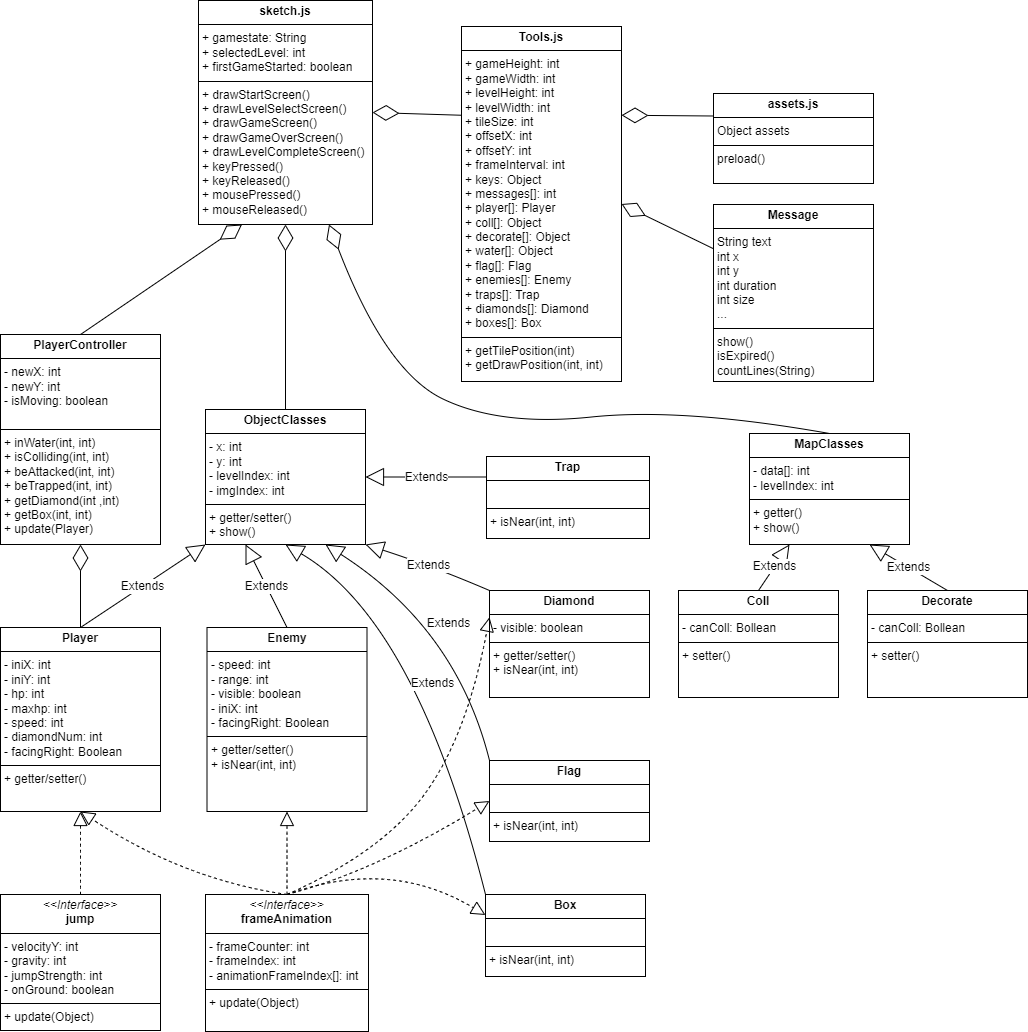
pluvo070/JS-PlatformGame keeps this draw.io diagram as assets/platformGame.drawio.png. Above is the earlier version. Source tidied: cells renumbered, new cells last; positions are measured from the earlier drawing's top-left corner, leaving out a move shared by most shapes.
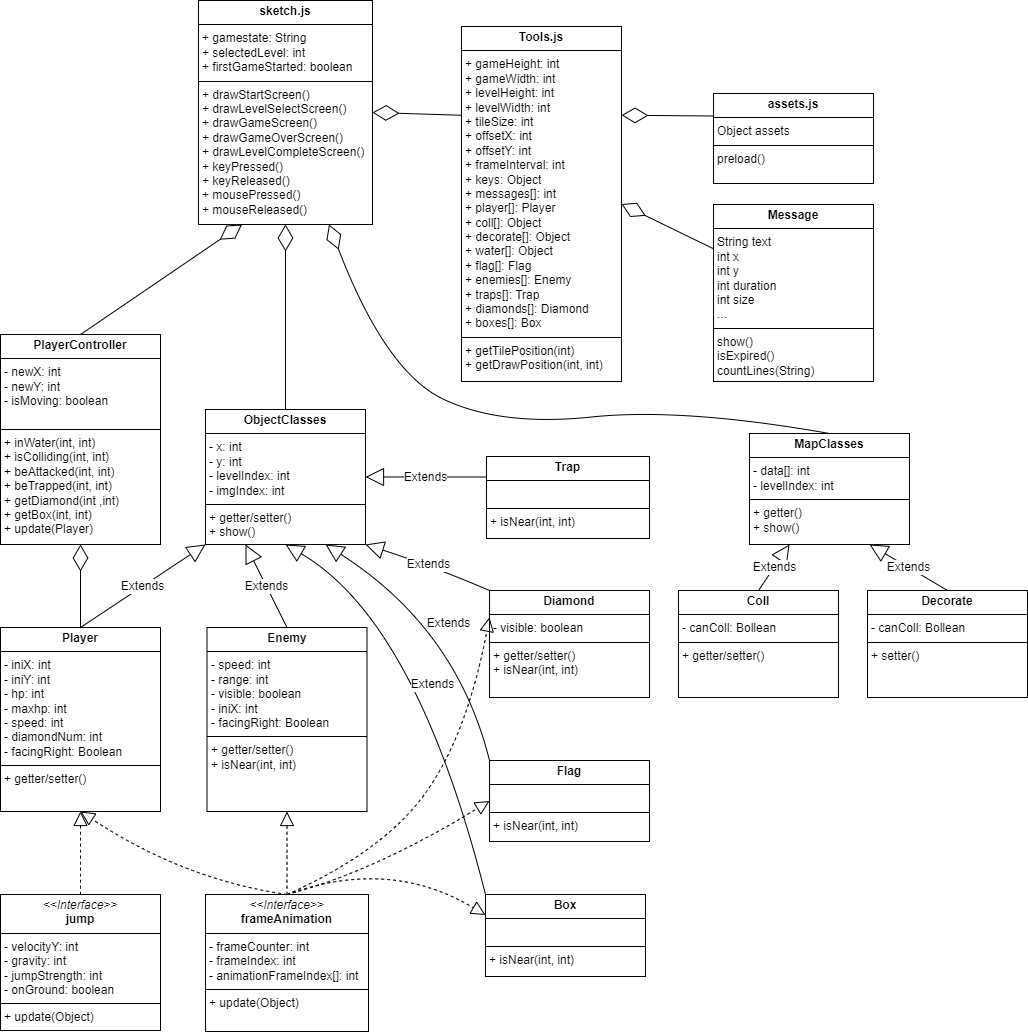
Above is the later version.

Diff of the diagram source:
```diff
@@ -47,7 +47,7 @@
     <mxCell id="16" value="&lt;p style=&quot;margin:0px;margin-top:4px;text-align:center;&quot;&gt;&lt;b&gt;MapClasses&lt;/b&gt;&lt;/p&gt;&lt;hr size=&quot;1&quot; style=&quot;border-style:solid;&quot;&gt;&lt;p style=&quot;margin:0px;margin-left:4px;&quot;&gt;- data[]: int&lt;/p&gt;&lt;p style=&quot;margin:0px;margin-left:4px;&quot;&gt;- levelIndex: int&lt;/p&gt;&lt;hr size=&quot;1&quot; style=&quot;border-style:solid;&quot;&gt;&lt;p style=&quot;margin:0px;margin-left:4px;&quot;&gt;&lt;span style=&quot;background-color: transparent; color: light-dark(rgb(0, 0, 0), rgb(255, 255, 255));&quot;&gt;+ getter()&lt;/span&gt;&lt;/p&gt;&lt;p style=&quot;margin:0px;margin-left:4px;&quot;&gt;+ show()&lt;/p&gt;&lt;p style=&quot;margin:0px;margin-left:4px;&quot;&gt;&lt;br&gt;&lt;/p&gt;&lt;p style=&quot;margin:0px;margin-left:4px;&quot;&gt;&lt;br&gt;&lt;/p&gt;" style="verticalAlign=top;align=left;overflow=fill;html=1;whiteSpace=wrap;" parent="1" vertex="1">
       <mxGeometry x="749" y="433" width="160" height="111" as="geometry" />
     </mxCell>
-    <mxCell id="17" value="&lt;p style=&quot;margin:0px;margin-top:4px;text-align:center;&quot;&gt;&lt;b&gt;Coll&lt;/b&gt;&lt;/p&gt;&lt;hr size=&quot;1&quot; style=&quot;border-style:solid;&quot;&gt;&lt;p style=&quot;margin:0px;margin-left:4px;&quot;&gt;&lt;span style=&quot;background-color: transparent; color: light-dark(rgb(0, 0, 0), rgb(255, 255, 255));&quot;&gt;- canColl: Bollean&lt;/span&gt;&lt;/p&gt;&lt;hr size=&quot;1&quot; style=&quot;border-style:solid;&quot;&gt;&lt;p style=&quot;margin:0px;margin-left:4px;&quot;&gt;&lt;span style=&quot;background-color: transparent; color: light-dark(rgb(0, 0, 0), rgb(255, 255, 255));&quot;&gt;+ setter()&lt;/span&gt;&lt;/p&gt;&lt;p style=&quot;margin:0px;margin-left:4px;&quot;&gt;&lt;br&gt;&lt;/p&gt;" style="verticalAlign=top;align=left;overflow=fill;html=1;whiteSpace=wrap;" parent="1" vertex="1">
+    <mxCell id="17" value="&lt;p style=&quot;margin:0px;margin-top:4px;text-align:center;&quot;&gt;&lt;b&gt;Coll&lt;/b&gt;&lt;/p&gt;&lt;hr size=&quot;1&quot; style=&quot;border-style:solid;&quot;&gt;&lt;p style=&quot;margin:0px;margin-left:4px;&quot;&gt;&lt;span style=&quot;background-color: transparent; color: light-dark(rgb(0, 0, 0), rgb(255, 255, 255));&quot;&gt;- canColl: Bollean&lt;/span&gt;&lt;/p&gt;&lt;hr size=&quot;1&quot; style=&quot;border-style:solid;&quot;&gt;&lt;p style=&quot;margin:0px;margin-left:4px;&quot;&gt;&lt;span style=&quot;background-color: transparent; color: light-dark(rgb(0, 0, 0), rgb(255, 255, 255));&quot;&gt;+ getter/setter()&lt;/span&gt;&lt;/p&gt;&lt;p style=&quot;margin:0px;margin-left:4px;&quot;&gt;&lt;br&gt;&lt;/p&gt;" style="verticalAlign=top;align=left;overflow=fill;html=1;whiteSpace=wrap;" parent="1" vertex="1">
       <mxGeometry x="678" y="590" width="160" height="107" as="geometry" />
     </mxCell>
     <mxCell id="18" value="&lt;p style=&quot;margin:0px;margin-top:4px;text-align:center;&quot;&gt;&lt;b&gt;Decorate&lt;/b&gt;&lt;/p&gt;&lt;hr size=&quot;1&quot; style=&quot;border-style:solid;&quot;&gt;&lt;p style=&quot;margin:0px;margin-left:4px;&quot;&gt;&lt;span style=&quot;background-color: transparent; color: light-dark(rgb(0, 0, 0), rgb(255, 255, 255));&quot;&gt;- canColl: Bollean&lt;/span&gt;&lt;/p&gt;&lt;hr size=&quot;1&quot; style=&quot;border-style:solid;&quot;&gt;&lt;p style=&quot;margin:0px;margin-left:4px;&quot;&gt;&lt;span style=&quot;background-color: transparent; color: light-dark(rgb(0, 0, 0), rgb(255, 255, 255));&quot;&gt;+ setter()&lt;/span&gt;&lt;/p&gt;&lt;p style=&quot;margin:0px;margin-left:4px;&quot;&gt;&lt;br&gt;&lt;/p&gt;" style="verticalAlign=top;align=left;overflow=fill;html=1;whiteSpace=wrap;" parent="1" vertex="1">
```
